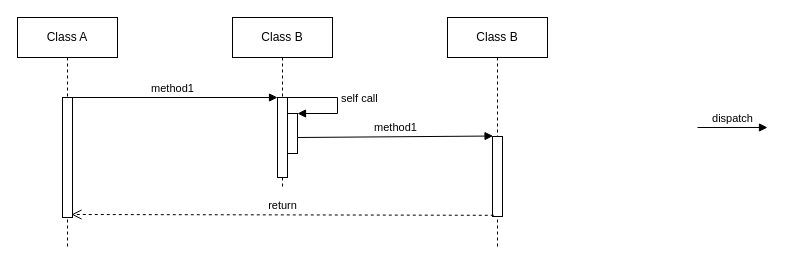
SuperSources/draw.io keeps this draw.io diagram as 时序图模板.drawio. Above is the earlier version. Source tidied: cells renumbered, new cells numbered last; positions are measured from the earlier drawing's top-left corner, leaving out a move shared by most shapes. Both pictures are drawn from the tidied source at 100%, with x=0, y=0 at pixel (17, 17).
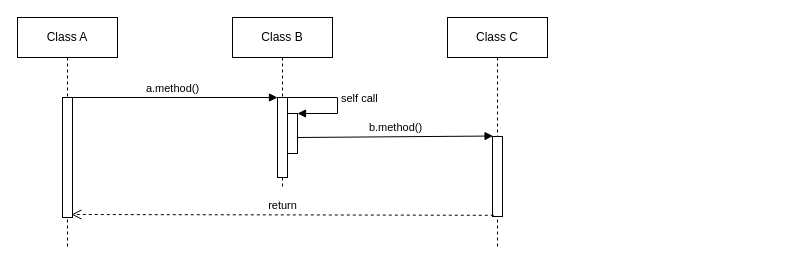
Above is the later version.

Commit message:
Update 时序图模板.drawio

The edit, as a diff of the source:
```diff
@@
 <mxGraphModel>
   <root>
     <mxCell id="0" />
     <mxCell id="1" parent="0" />
     <mxCell id="2" value="Class A" style="shape=umlLifeline;perimeter=lifelinePerimeter;whiteSpace=wrap;html=1;outlineConnect=0;" parent="1" vertex="1">
       <mxGeometry width="100" height="230" as="geometry" />
     </mxCell>
     <mxCell id="3" style="html=1;perimeter=orthogonalPerimeter;" parent="2" vertex="1">
       <mxGeometry x="45" y="80" width="10" height="120" as="geometry" />
     </mxCell>
     <mxCell id="4" value="Class B" style="shape=umlLifeline;perimeter=lifelinePerimeter;whiteSpace=wrap;html=1;outlineConnect=0;" parent="1" vertex="1">
       <mxGeometry x="215" width="100" height="170" as="geometry" />
     </mxCell>
     <mxCell id="5" style="html=1;points=[];perimeter=orthogonalPerimeter;" parent="4" vertex="1">
       <mxGeometry x="45" y="80" width="10" height="80" as="geometry" />
     </mxCell>
     <mxCell id="6" style="html=1;points=[];perimeter=orthogonalPerimeter;" parent="4" vertex="1">
       <mxGeometry x="55" y="96" width="10" height="40" as="geometry" />
     </mxCell>
     <mxCell id="7" value="self call" style="edgeStyle=orthogonalEdgeStyle;html=1;align=left;spacingLeft=2;endArrow=block;rounded=0;entryX=1;entryY=0;" parent="4" edge="1" source="4" target="6">
       <mxGeometry relative="1" as="geometry">
         <Array as="points">
           <mxPoint x="105" y="80" />
           <mxPoint x="105" y="96" />
         </Array>
       </mxGeometry>
     </mxCell>
-    <mxCell id="8" value="method1" style="html=1;verticalAlign=bottom;endArrow=block;entryX=0;entryY=0;rounded=0;" parent="1" edge="1" source="2" target="5">
+    <mxCell id="8" value="a.method()" style="html=1;verticalAlign=bottom;endArrow=block;entryX=0;entryY=0;rounded=0;" parent="1" edge="1" source="2" target="5">
       <mxGeometry relative="1" as="geometry" />
     </mxCell>
-    <mxCell id="9" value="Class B" style="shape=umlLifeline;perimeter=lifelinePerimeter;whiteSpace=wrap;html=1;" parent="1" vertex="1">
+    <mxCell id="9" value="Class C" style="shape=umlLifeline;perimeter=lifelinePerimeter;whiteSpace=wrap;html=1;" parent="1" vertex="1">
       <mxGeometry x="430" width="100" height="230" as="geometry" />
     </mxCell>
     <mxCell id="10" style="html=1;points=[];perimeter=orthogonalPerimeter;" parent="9" vertex="1">
       <mxGeometry x="45" y="119" width="10" height="80" as="geometry" />
     </mxCell>
     <mxCell id="11" value="return" style="html=1;verticalAlign=bottom;endArrow=open;dashed=1;endSize=8;rounded=0;exitX=0.129;exitY=0.985;exitDx=0;exitDy=0;exitPerimeter=0;" parent="9" edge="1" source="10">
       <mxGeometry relative="1" as="geometry">
         <mxPoint x="-376" y="197" as="targetPoint" />
       </mxGeometry>
     </mxCell>
-    <mxCell id="12" value="method1" style="html=1;verticalAlign=bottom;endArrow=block;rounded=0;entryX=0.056;entryY=-0.006;entryDx=0;entryDy=0;entryPerimeter=0;" parent="1" edge="1" target="10">
+    <mxCell id="12" value="b.method()" style="html=1;verticalAlign=bottom;endArrow=block;rounded=0;entryX=0.056;entryY=-0.006;entryDx=0;entryDy=0;entryPerimeter=0;" parent="1" edge="1" target="10">
       <mxGeometry relative="1" as="geometry">
         <mxPoint x="280" y="120" as="sourcePoint" />
       </mxGeometry>
     </mxCell>
-    <mxCell id="13" value="dispatch" style="html=1;verticalAlign=bottom;endArrow=block;entryX=0;entryY=0;rounded=0;" parent="1" edge="1">
-      <mxGeometry relative="1" as="geometry">
-        <mxPoint x="680" y="110" as="sourcePoint" />
-        <mxPoint x="750" y="110" as="targetPoint" />
-      </mxGeometry>
-    </mxCell>
   </root>
 </mxGraphModel>
```
